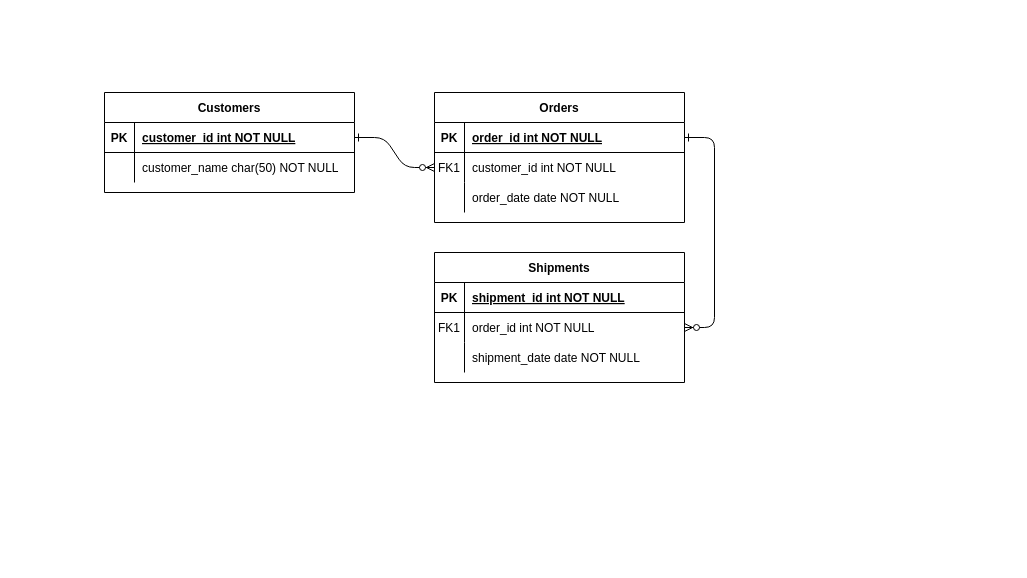
Above: Untitled Diagram.drawio in chirag-ghosh/DBMS-Lab (draw.io), before the change. Source tidied: cells renumbered, new cells numbered last; positions are measured from the earlier drawing's top-left corner, leaving out a move shared by most shapes. Both pictures are drawn from the tidied source at 100%, with x=0, y=0 at pixel (104, 92).
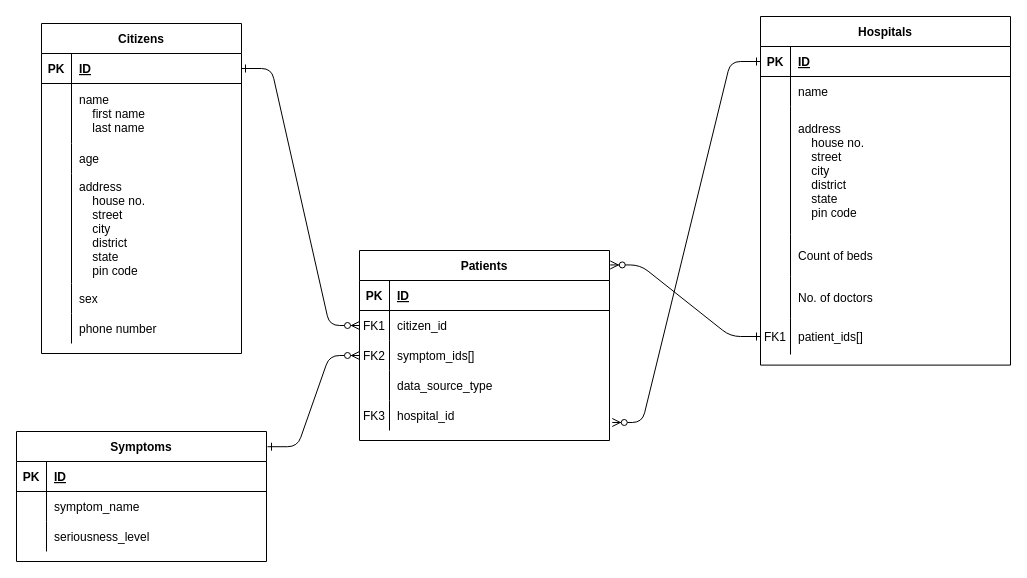
Above is the later version.

Unchanged cells that the change refers to:
```xml
<mxCell id="5" style="shape=partialRectangle;fillColor=none;points=[[0,0.5],[1,0.5]];portConstraint=eastwest;top=0;left=0;right=0;bottom=1;" parent="4" vertex="1">
  <mxGeometry y="30" width="250" height="30" as="geometry" />
</mxCell>
<mxCell id="8" style="shape=partialRectangle;fillColor=none;points=[[0,0.5],[1,0.5]];portConstraint=eastwest;top=0;left=0;right=0;bottom=0;" parent="4" vertex="1">
  <mxGeometry y="60" width="250" height="30" as="geometry" />
</mxCell>
<mxCell id="15" style="shape=partialRectangle;fillColor=none;points=[[0,0.5],[1,0.5]];portConstraint=eastwest;top=0;left=0;right=0;bottom=1;" parent="14" vertex="1">
  <mxGeometry y="30" width="250" height="30" as="geometry" />
</mxCell>
<mxCell id="18" style="shape=partialRectangle;fillColor=none;points=[[0,0.5],[1,0.5]];portConstraint=eastwest;top=0;left=0;right=0;bottom=0;" parent="14" vertex="1">
  <mxGeometry y="60" width="250" height="30" as="geometry" />
</mxCell>
```

The edit, as a diff of the source:
```diff
@@
-    <mxCell id="3" style="edgeStyle=entityRelationEdgeStyle;endArrow=ERzeroToMany;startArrow=ERone;endFill=1;startFill=0;" parent="1" edge="1" source="5" target="18">
-      <mxGeometry relative="1" as="geometry" />
-    </mxCell>
-    <mxCell id="4" value="Orders" style="shape=table;startSize=30;childLayout=tableLayout;rowLines=0;fontStyle=1;align=center;" parent="1" vertex="1">
-      <mxGeometry x="330" width="250" height="130" as="geometry" />
+    <mxCell id="4" value="Patients" style="shape=table;startSize=30;childLayout=tableLayout;rowLines=0;fontStyle=1;align=center;" parent="1" vertex="1">
+      <mxGeometry x="255" y="158" width="250" height="190" as="geometry" />
     </mxCell>
@@
-    <mxCell id="7" value="order_id int NOT NULL " style="shape=partialRectangle;overflow=hidden;fillColor=none;top=0;left=0;bottom=0;right=0;align=left;spacingLeft=6;fontStyle=5;" parent="5" vertex="1">
+    <mxCell id="7" value="ID" style="shape=partialRectangle;overflow=hidden;fillColor=none;top=0;left=0;bottom=0;right=0;align=left;spacingLeft=6;fontStyle=5;" parent="5" vertex="1">
       <mxGeometry x="30" width="220" height="30" as="geometry" />
     </mxCell>
@@
-    <mxCell id="10" value="customer_id int NOT NULL" style="shape=partialRectangle;overflow=hidden;fillColor=none;top=0;left=0;bottom=0;right=0;align=left;spacingLeft=6;" parent="8" vertex="1">
+    <mxCell id="10" value="citizen_id" style="shape=partialRectangle;overflow=hidden;fillColor=none;top=0;left=0;bottom=0;right=0;align=left;spacingLeft=6;" parent="8" vertex="1">
       <mxGeometry x="30" width="220" height="30" as="geometry" />
     </mxCell>
+    <mxCell id="31" style="shape=partialRectangle;fillColor=none;points=[[0,0.5],[1,0.5]];portConstraint=eastwest;top=0;left=0;right=0;bottom=0;" parent="4" vertex="1">
+      <mxGeometry y="90" width="250" height="30" as="geometry" />
+    </mxCell>
+    <mxCell id="32" value="FK2" style="shape=partialRectangle;overflow=hidden;fillColor=none;top=0;left=0;bottom=0;right=0;" parent="31" vertex="1">
+      <mxGeometry width="30" height="30" as="geometry" />
+    </mxCell>
+    <mxCell id="33" value="symptom_ids[]" style="shape=partialRectangle;overflow=hidden;fillColor=none;top=0;left=0;bottom=0;right=0;align=left;spacingLeft=6;" parent="31" vertex="1">
+      <mxGeometry x="30" width="220" height="30" as="geometry" />
+    </mxCell>
+    <mxCell id="34" style="shape=partialRectangle;fillColor=none;top=0;left=0;right=0;bottom=0;" parent="4" vertex="1">
+      <mxGeometry y="120" width="250" height="30" as="geometry" />
+    </mxCell>
+    <mxCell id="35" style="shape=partialRectangle;overflow=hidden;fillColor=none;top=0;left=0;bottom=0;right=0;" parent="34" vertex="1">
+      <mxGeometry width="30" height="30" as="geometry" />
+    </mxCell>
+    <mxCell id="36" value="data_source_type" style="shape=partialRectangle;overflow=hidden;fillColor=none;top=0;left=0;bottom=0;right=0;align=left;spacingLeft=6;" parent="34" vertex="1">
+      <mxGeometry x="30" width="220" height="30" as="geometry" />
+    </mxCell>
     <mxCell id="11" style="shape=partialRectangle;fillColor=none;points=[[0,0.5],[1,0.5]];portConstraint=eastwest;top=0;left=0;right=0;bottom=0;" parent="4" vertex="1">
-      <mxGeometry y="90" width="250" height="30" as="geometry" />
+      <mxGeometry y="150" width="250" height="30" as="geometry" />
     </mxCell>
-    <mxCell id="12" style="shape=partialRectangle;overflow=hidden;fillColor=none;top=0;left=0;bottom=0;right=0;" parent="11" vertex="1">
+    <mxCell id="12" value="FK3" style="shape=partialRectangle;overflow=hidden;fillColor=none;top=0;left=0;bottom=0;right=0;" parent="11" vertex="1">
       <mxGeometry width="30" height="30" as="geometry" />
     </mxCell>
-    <mxCell id="13" value="order_date date NOT NULL" style="shape=partialRectangle;overflow=hidden;fillColor=none;top=0;left=0;bottom=0;right=0;align=left;spacingLeft=6;" parent="11" vertex="1">
+    <mxCell id="13" value="hospital_id" style="shape=partialRectangle;overflow=hidden;fillColor=none;top=0;left=0;bottom=0;right=0;align=left;spacingLeft=6;" parent="11" vertex="1">
       <mxGeometry x="30" width="220" height="30" as="geometry" />
     </mxCell>
-    <mxCell id="14" value="Shipments" style="shape=table;startSize=30;childLayout=tableLayout;rowLines=0;fontStyle=1;align=center;" parent="1" vertex="1">
-      <mxGeometry x="330" y="160" width="250" height="130" as="geometry" />
+    <mxCell id="14" value="Hospitals" style="shape=table;startSize=30;childLayout=tableLayout;rowLines=0;fontStyle=1;align=center;" parent="1" vertex="1">
+      <mxGeometry x="656" y="-76" width="250" height="348.6" as="geometry" />
     </mxCell>
@@
-    <mxCell id="17" value="shipment_id int NOT NULL " style="shape=partialRectangle;overflow=hidden;fillColor=none;top=0;left=0;bottom=0;right=0;align=left;spacingLeft=6;fontStyle=5;" parent="15" vertex="1">
+    <mxCell id="17" value="ID" style="shape=partialRectangle;overflow=hidden;fillColor=none;top=0;left=0;bottom=0;right=0;align=left;spacingLeft=6;fontStyle=5;" parent="15" vertex="1">
       <mxGeometry x="30" width="220" height="30" as="geometry" />
     </mxCell>
@@
-    <mxCell id="19" value="FK1" style="shape=partialRectangle;overflow=hidden;fillColor=none;top=0;left=0;bottom=0;right=0;" parent="18" vertex="1">
+    <mxCell id="19" style="shape=partialRectangle;overflow=hidden;fillColor=none;top=0;left=0;bottom=0;right=0;" parent="18" vertex="1">
       <mxGeometry width="30" height="30" as="geometry" />
     </mxCell>
-    <mxCell id="20" value="order_id int NOT NULL" style="shape=partialRectangle;overflow=hidden;fillColor=none;top=0;left=0;bottom=0;right=0;align=left;spacingLeft=6;" parent="18" vertex="1">
+    <mxCell id="20" value="name" style="shape=partialRectangle;overflow=hidden;fillColor=none;top=0;left=0;bottom=0;right=0;align=left;spacingLeft=6;" parent="18" vertex="1">
       <mxGeometry x="30" width="220" height="30" as="geometry" />
     </mxCell>
+    <mxCell id="37" style="shape=partialRectangle;fillColor=none;top=0;left=0;right=0;bottom=0;" parent="14" vertex="1">
+      <mxGeometry y="90" width="250" height="128" as="geometry" />
+    </mxCell>
+    <mxCell id="38" style="shape=partialRectangle;overflow=hidden;fillColor=none;top=0;left=0;bottom=0;right=0;" parent="37" vertex="1">
+      <mxGeometry width="30" height="128" as="geometry" />
+    </mxCell>
+    <mxCell id="39" value="address&#10;    house no.&#10;    street&#10;    city&#10;    district&#10;    state&#10;    pin code" style="shape=partialRectangle;overflow=hidden;fillColor=none;top=0;left=0;bottom=0;right=0;align=left;spacingLeft=6;" parent="37" vertex="1">
+      <mxGeometry x="30" width="220" height="128" as="geometry" />
+    </mxCell>
     <mxCell id="21" style="shape=partialRectangle;fillColor=none;top=0;left=0;right=0;bottom=0;" parent="14" vertex="1">
-      <mxGeometry y="90" width="250" height="30" as="geometry" />
+      <mxGeometry y="218" width="250" height="42" as="geometry" />
     </mxCell>
     <mxCell id="22" style="shape=partialRectangle;overflow=hidden;fillColor=none;top=0;left=0;bottom=0;right=0;" parent="21" vertex="1">
-      <mxGeometry width="30" height="30" as="geometry" />
+      <mxGeometry width="30" height="42" as="geometry" />
     </mxCell>
-    <mxCell id="23" value="shipment_date date NOT NULL" style="shape=partialRectangle;overflow=hidden;fillColor=none;top=0;left=0;bottom=0;right=0;align=left;spacingLeft=6;" parent="21" vertex="1">
-      <mxGeometry x="30" width="220" height="30" as="geometry" />
+    <mxCell id="23" value="Count of beds" style="shape=partialRectangle;overflow=hidden;fillColor=none;top=0;left=0;bottom=0;right=0;align=left;spacingLeft=6;" parent="21" vertex="1">
+      <mxGeometry x="30" width="220" height="42" as="geometry" />
     </mxCell>
+    <mxCell id="40" style="shape=partialRectangle;fillColor=none;top=0;left=0;right=0;bottom=0;" parent="14" vertex="1">
+      <mxGeometry y="260" width="250" height="42" as="geometry" />
+    </mxCell>
+    <mxCell id="41" style="shape=partialRectangle;overflow=hidden;fillColor=none;top=0;left=0;bottom=0;right=0;" parent="40" vertex="1">
+      <mxGeometry width="30" height="42" as="geometry" />
+    </mxCell>
+    <mxCell id="42" value="No. of doctors" style="shape=partialRectangle;overflow=hidden;fillColor=none;top=0;left=0;bottom=0;right=0;align=left;spacingLeft=6;" parent="40" vertex="1">
+      <mxGeometry x="30" width="220" height="42" as="geometry" />
+    </mxCell>
+    <mxCell id="43" style="shape=partialRectangle;fillColor=none;points=[[0,0.5],[1,0.5]];portConstraint=eastwest;top=0;left=0;right=0;bottom=0;" parent="14" vertex="1">
+      <mxGeometry y="302" width="250" height="36" as="geometry" />
+    </mxCell>
+    <mxCell id="44" value="FK1" style="shape=partialRectangle;overflow=hidden;fillColor=none;top=0;left=0;bottom=0;right=0;" parent="43" vertex="1">
+      <mxGeometry width="30" height="36" as="geometry" />
+    </mxCell>
+    <mxCell id="45" value="patient_ids[]" style="shape=partialRectangle;overflow=hidden;fillColor=none;top=0;left=0;bottom=0;right=0;align=left;spacingLeft=6;" parent="43" vertex="1">
+      <mxGeometry x="30" width="220" height="36" as="geometry" />
+    </mxCell>
-    <mxCell id="24" value="Customers" style="shape=table;startSize=30;childLayout=tableLayout;rowLines=0;fontStyle=1;align=center;" parent="1" vertex="1">
-      <mxGeometry width="250" height="100" as="geometry" />
+    <mxCell id="24" value="Citizens" style="shape=table;startSize=30;childLayout=tableLayout;rowLines=0;fontStyle=1;align=center;" parent="1" vertex="1">
+      <mxGeometry x="-63" y="-69" width="200" height="330" as="geometry" />
     </mxCell>
     <mxCell id="25" style="shape=partialRectangle;fillColor=none;points=[[0,0.5],[1,0.5]];portConstraint=eastwest;top=0;left=0;right=0;bottom=1;" parent="24" vertex="1">
-      <mxGeometry y="30" width="250" height="30" as="geometry" />
+      <mxGeometry y="30" width="200" height="30" as="geometry" />
     </mxCell>
@@
-    <mxCell id="27" value="customer_id int NOT NULL " style="shape=partialRectangle;overflow=hidden;fillColor=none;top=0;left=0;bottom=0;right=0;align=left;spacingLeft=6;fontStyle=5;" parent="25" vertex="1">
-      <mxGeometry x="30" width="220" height="30" as="geometry" />
+    <mxCell id="27" value="ID" style="shape=partialRectangle;overflow=hidden;fillColor=none;top=0;left=0;bottom=0;right=0;align=left;spacingLeft=6;fontStyle=5;" parent="25" vertex="1">
+      <mxGeometry x="30" width="170" height="30" as="geometry" />
     </mxCell>
+    <mxCell id="46" style="shape=partialRectangle;fillColor=none;top=0;left=0;right=0;bottom=0;" parent="24" vertex="1">
+      <mxGeometry y="60" width="200" height="60" as="geometry" />
+    </mxCell>
+    <mxCell id="47" style="shape=partialRectangle;overflow=hidden;fillColor=none;top=0;left=0;bottom=0;right=0;" parent="46" vertex="1">
+      <mxGeometry width="30" height="60" as="geometry" />
+    </mxCell>
+    <mxCell id="48" value="name&#10;    first name&#10;    last name" style="shape=partialRectangle;overflow=hidden;fillColor=none;top=0;left=0;bottom=0;right=0;align=left;spacingLeft=6;" parent="46" vertex="1">
+      <mxGeometry x="30" width="170" height="60" as="geometry" />
+    </mxCell>
+    <mxCell id="49" style="shape=partialRectangle;fillColor=none;top=0;left=0;right=0;bottom=0;" parent="24" vertex="1">
+      <mxGeometry y="120" width="200" height="30" as="geometry" />
+    </mxCell>
+    <mxCell id="50" style="shape=partialRectangle;overflow=hidden;fillColor=none;top=0;left=0;bottom=0;right=0;" parent="49" vertex="1">
+      <mxGeometry width="30" height="30" as="geometry" />
+    </mxCell>
+    <mxCell id="51" value="age" style="shape=partialRectangle;overflow=hidden;fillColor=none;top=0;left=0;bottom=0;right=0;align=left;spacingLeft=6;" parent="49" vertex="1">
+      <mxGeometry x="30" width="170" height="30" as="geometry" />
+    </mxCell>
+    <mxCell id="52" style="shape=partialRectangle;fillColor=none;top=0;left=0;right=0;bottom=0;" parent="24" vertex="1">
+      <mxGeometry y="150" width="200" height="110" as="geometry" />
+    </mxCell>
+    <mxCell id="53" style="shape=partialRectangle;overflow=hidden;fillColor=none;top=0;left=0;bottom=0;right=0;" parent="52" vertex="1">
+      <mxGeometry width="30" height="110" as="geometry" />
+    </mxCell>
+    <mxCell id="54" value="address&#10;    house no.&#10;    street&#10;    city&#10;    district&#10;    state&#10;    pin code" style="shape=partialRectangle;overflow=hidden;fillColor=none;top=0;left=0;bottom=0;right=0;align=left;spacingLeft=6;" parent="52" vertex="1">
+      <mxGeometry x="30" width="170" height="110" as="geometry" />
+    </mxCell>
+    <mxCell id="55" style="shape=partialRectangle;fillColor=none;top=0;left=0;right=0;bottom=0;" parent="24" vertex="1">
+      <mxGeometry y="260" width="200" height="30" as="geometry" />
+    </mxCell>
+    <mxCell id="56" style="shape=partialRectangle;overflow=hidden;fillColor=none;top=0;left=0;bottom=0;right=0;" parent="55" vertex="1">
+      <mxGeometry width="30" height="30" as="geometry" />
+    </mxCell>
+    <mxCell id="57" value="sex" style="shape=partialRectangle;overflow=hidden;fillColor=none;top=0;left=0;bottom=0;right=0;align=left;spacingLeft=6;" parent="55" vertex="1">
+      <mxGeometry x="30" width="170" height="30" as="geometry" />
+    </mxCell>
     <mxCell id="28" style="shape=partialRectangle;fillColor=none;top=0;left=0;right=0;bottom=0;" parent="24" vertex="1">
-      <mxGeometry y="60" width="250" height="30" as="geometry" />
+      <mxGeometry y="290" width="200" height="30" as="geometry" />
     </mxCell>
@@
-    <mxCell id="30" value="customer_name char(50) NOT NULL" style="shape=partialRectangle;overflow=hidden;fillColor=none;top=0;left=0;bottom=0;right=0;align=left;spacingLeft=6;" parent="28" vertex="1">
-      <mxGeometry x="30" width="220" height="30" as="geometry" />
+    <mxCell id="30" value="phone number" style="shape=partialRectangle;overflow=hidden;fillColor=none;top=0;left=0;bottom=0;right=0;align=left;spacingLeft=6;" parent="28" vertex="1">
+      <mxGeometry x="30" width="170" height="30" as="geometry" />
     </mxCell>
+    <mxCell id="58" value="Symptoms" style="shape=table;startSize=30;childLayout=tableLayout;rowLines=0;fontStyle=1;align=center;" parent="1" vertex="1">
+      <mxGeometry x="-88" y="339" width="250" height="130" as="geometry" />
+    </mxCell>
+    <mxCell id="59" style="shape=partialRectangle;fillColor=none;top=0;left=0;right=0;bottom=1;" parent="58" vertex="1">
+      <mxGeometry y="30" width="250" height="30" as="geometry" />
+    </mxCell>
+    <mxCell id="60" value="PK" style="shape=partialRectangle;overflow=hidden;fillColor=none;top=0;left=0;bottom=0;right=0;fontStyle=1;" parent="59" vertex="1">
+      <mxGeometry width="30" height="30" as="geometry" />
+    </mxCell>
+    <mxCell id="61" value="ID" style="shape=partialRectangle;overflow=hidden;fillColor=none;top=0;left=0;bottom=0;right=0;align=left;spacingLeft=6;fontStyle=5;" parent="59" vertex="1">
+      <mxGeometry x="30" width="220" height="30" as="geometry" />
+    </mxCell>
+    <mxCell id="62" style="shape=partialRectangle;fillColor=none;top=0;left=0;right=0;bottom=0;" parent="58" vertex="1">
+      <mxGeometry y="60" width="250" height="30" as="geometry" />
+    </mxCell>
+    <mxCell id="63" style="shape=partialRectangle;overflow=hidden;fillColor=none;top=0;left=0;bottom=0;right=0;" parent="62" vertex="1">
+      <mxGeometry width="30" height="30" as="geometry" />
+    </mxCell>
+    <mxCell id="64" value="symptom_name" style="shape=partialRectangle;overflow=hidden;fillColor=none;top=0;left=0;bottom=0;right=0;align=left;spacingLeft=6;" parent="62" vertex="1">
+      <mxGeometry x="30" width="220" height="30" as="geometry" />
+    </mxCell>
+    <mxCell id="65" style="shape=partialRectangle;fillColor=none;top=0;left=0;right=0;bottom=0;" parent="58" vertex="1">
+      <mxGeometry y="90" width="250" height="30" as="geometry" />
+    </mxCell>
+    <mxCell id="66" style="shape=partialRectangle;overflow=hidden;fillColor=none;top=0;left=0;bottom=0;right=0;" parent="65" vertex="1">
+      <mxGeometry width="30" height="30" as="geometry" />
+    </mxCell>
+    <mxCell id="67" value="seriousness_level" style="shape=partialRectangle;overflow=hidden;fillColor=none;top=0;left=0;bottom=0;right=0;align=left;spacingLeft=6;" parent="65" vertex="1">
+      <mxGeometry x="30" width="220" height="30" as="geometry" />
+    </mxCell>
+    <mxCell id="68" style="edgeStyle=entityRelationEdgeStyle;endArrow=ERzeroToMany;startArrow=ERone;endFill=1;startFill=0;exitX=1.004;exitY=0.117;exitDx=0;exitDy=0;exitPerimeter=0;entryX=0;entryY=0.5;entryDx=0;entryDy=0;" parent="1" edge="1" source="58" target="31">
+      <mxGeometry relative="1" as="geometry" />
+    </mxCell>
+    <mxCell id="3" style="edgeStyle=entityRelationEdgeStyle;endArrow=ERzeroToMany;startArrow=ERone;endFill=1;startFill=0;entryX=1.011;entryY=0.733;entryDx=0;entryDy=0;exitX=0;exitY=0.5;exitDx=0;exitDy=0;entryPerimeter=0;" parent="1" edge="1" source="15" target="11">
+      <mxGeometry relative="1" as="geometry" />
+    </mxCell>
+    <mxCell id="69" style="edgeStyle=entityRelationEdgeStyle;endArrow=ERzeroToMany;startArrow=ERone;endFill=1;startFill=0;exitX=0;exitY=0.5;exitDx=0;exitDy=0;entryX=1.003;entryY=0.076;entryDx=0;entryDy=0;entryPerimeter=0;" parent="1" edge="1" source="43" target="4">
+      <mxGeometry relative="1" as="geometry" />
+    </mxCell>
```
